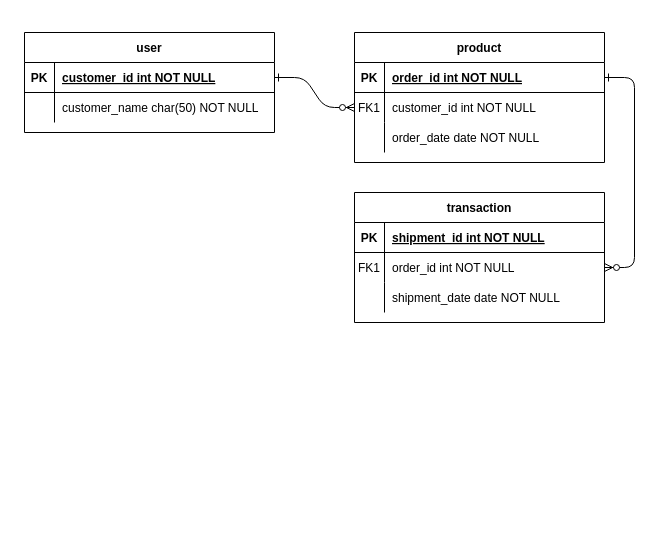
Before: db.drawio in dynamic2code/Mkulima-connect-, a draw.io diagram. Source tidied: cells renumbered, new cells numbered last; positions are measured from the earlier drawing's top-left corner, leaving out a move shared by most shapes. Both pictures are drawn from the tidied source at 100%, with x=0, y=0 at pixel (24, 32).
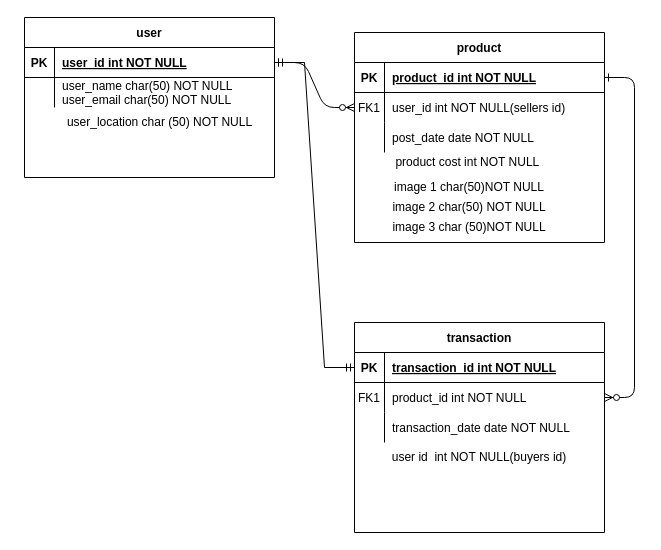
The same page after the edit.

Unchanged cells that the change refers to:
```xml
<mxCell id="5" style="shape=partialRectangle;fillColor=none;points=[[0,0.5],[1,0.5]];portConstraint=eastwest;top=0;left=0;right=0;bottom=1;" parent="4" vertex="1">
  <mxGeometry y="30" width="250" height="30" as="geometry" />
</mxCell>
<mxCell id="8" style="shape=partialRectangle;fillColor=none;points=[[0,0.5],[1,0.5]];portConstraint=eastwest;top=0;left=0;right=0;bottom=0;" parent="4" vertex="1">
  <mxGeometry y="60" width="250" height="30" as="geometry" />
</mxCell>
<mxCell id="11" style="shape=partialRectangle;fillColor=none;top=0;left=0;right=0;bottom=0;" parent="4" vertex="1">
  <mxGeometry y="90" width="250" height="30" as="geometry" />
</mxCell>
<mxCell id="15" style="shape=partialRectangle;fillColor=none;points=[[0,0.5],[1,0.5]];portConstraint=eastwest;top=0;left=0;right=0;bottom=1;" parent="14" vertex="1">
  <mxGeometry y="30" width="250" height="30" as="geometry" />
</mxCell>
<mxCell id="18" style="shape=partialRectangle;fillColor=none;points=[[0,0.5],[1,0.5]];portConstraint=eastwest;top=0;left=0;right=0;bottom=0;" parent="14" vertex="1">
  <mxGeometry y="60" width="250" height="30" as="geometry" />
</mxCell>
<mxCell id="21" style="shape=partialRectangle;fillColor=none;top=0;left=0;right=0;bottom=0;" parent="14" vertex="1">
  <mxGeometry y="90" width="250" height="30" as="geometry" />
</mxCell>
<mxCell id="25" style="shape=partialRectangle;fillColor=none;points=[[0,0.5],[1,0.5]];portConstraint=eastwest;top=0;left=0;right=0;bottom=1;" parent="24" vertex="1">
  <mxGeometry y="30" width="250" height="30" as="geometry" />
</mxCell>
<mxCell id="28" style="shape=partialRectangle;fillColor=none;top=0;left=0;right=0;bottom=0;" parent="24" vertex="1">
  <mxGeometry y="60" width="250" height="30" as="geometry" />
</mxCell>
```

The edit, as a diff of the source:
```diff
@@
     <mxCell id="4" value="product" style="shape=table;startSize=30;childLayout=tableLayout;rowLines=0;fontStyle=1;align=center;" parent="1" vertex="1">
-      <mxGeometry x="330" width="250" height="130" as="geometry" />
+      <mxGeometry x="330" width="250" height="210" as="geometry" />
     </mxCell>
@@
-    <mxCell id="7" value="order_id int NOT NULL " style="shape=partialRectangle;overflow=hidden;fillColor=none;top=0;left=0;bottom=0;right=0;align=left;spacingLeft=6;fontStyle=5;" parent="5" vertex="1">
+    <mxCell id="7" value="product_id int NOT NULL " style="shape=partialRectangle;overflow=hidden;fillColor=none;top=0;left=0;bottom=0;right=0;align=left;spacingLeft=6;fontStyle=5;" parent="5" vertex="1">
       <mxGeometry x="30" width="220" height="30" as="geometry" />
     </mxCell>
@@
-    <mxCell id="10" value="customer_id int NOT NULL" style="shape=partialRectangle;overflow=hidden;fillColor=none;top=0;left=0;bottom=0;right=0;align=left;spacingLeft=6;" parent="8" vertex="1">
+    <mxCell id="10" value="user_id int NOT NULL(sellers id)" style="shape=partialRectangle;overflow=hidden;fillColor=none;top=0;left=0;bottom=0;right=0;align=left;spacingLeft=6;" parent="8" vertex="1">
       <mxGeometry x="30" width="220" height="30" as="geometry" />
     </mxCell>
@@
-    <mxCell id="13" value="order_date date NOT NULL" style="shape=partialRectangle;overflow=hidden;fillColor=none;top=0;left=0;bottom=0;right=0;align=left;spacingLeft=6;" parent="11" vertex="1">
+    <mxCell id="13" value="post_date date NOT NULL" style="shape=partialRectangle;overflow=hidden;fillColor=none;top=0;left=0;bottom=0;right=0;align=left;spacingLeft=6;" parent="11" vertex="1">
       <mxGeometry x="30" width="220" height="30" as="geometry" />
     </mxCell>
     <mxCell id="14" value="transaction" style="shape=table;startSize=30;childLayout=tableLayout;rowLines=0;fontStyle=1;align=center;" parent="1" vertex="1">
-      <mxGeometry x="330" y="160" width="250" height="130" as="geometry" />
+      <mxGeometry x="330" y="290" width="250" height="210" as="geometry" />
     </mxCell>
@@
-    <mxCell id="17" value="shipment_id int NOT NULL " style="shape=partialRectangle;overflow=hidden;fillColor=none;top=0;left=0;bottom=0;right=0;align=left;spacingLeft=6;fontStyle=5;" parent="15" vertex="1">
+    <mxCell id="17" value="transaction_id int NOT NULL " style="shape=partialRectangle;overflow=hidden;fillColor=none;top=0;left=0;bottom=0;right=0;align=left;spacingLeft=6;fontStyle=5;" parent="15" vertex="1">
       <mxGeometry x="30" width="220" height="30" as="geometry" />
     </mxCell>
@@
-    <mxCell id="20" value="order_id int NOT NULL" style="shape=partialRectangle;overflow=hidden;fillColor=none;top=0;left=0;bottom=0;right=0;align=left;spacingLeft=6;" parent="18" vertex="1">
+    <mxCell id="20" value="product_id int NOT NULL" style="shape=partialRectangle;overflow=hidden;fillColor=none;top=0;left=0;bottom=0;right=0;align=left;spacingLeft=6;" parent="18" vertex="1">
       <mxGeometry x="30" width="220" height="30" as="geometry" />
     </mxCell>
@@
-    <mxCell id="23" value="shipment_date date NOT NULL" style="shape=partialRectangle;overflow=hidden;fillColor=none;top=0;left=0;bottom=0;right=0;align=left;spacingLeft=6;" parent="21" vertex="1">
+    <mxCell id="23" value="transaction_date date NOT NULL" style="shape=partialRectangle;overflow=hidden;fillColor=none;top=0;left=0;bottom=0;right=0;align=left;spacingLeft=6;" parent="21" vertex="1">
       <mxGeometry x="30" width="220" height="30" as="geometry" />
     </mxCell>
     <mxCell id="24" value="user" style="shape=table;startSize=30;childLayout=tableLayout;rowLines=0;fontStyle=1;align=center;" parent="1" vertex="1">
-      <mxGeometry width="250" height="100" as="geometry" />
+      <mxGeometry y="-15" width="250" height="160" as="geometry" />
     </mxCell>
@@
-    <mxCell id="27" value="customer_id int NOT NULL " style="shape=partialRectangle;overflow=hidden;fillColor=none;top=0;left=0;bottom=0;right=0;align=left;spacingLeft=6;fontStyle=5;" parent="25" vertex="1">
+    <mxCell id="27" value="user_id int NOT NULL " style="shape=partialRectangle;overflow=hidden;fillColor=none;top=0;left=0;bottom=0;right=0;align=left;spacingLeft=6;fontStyle=5;" parent="25" vertex="1">
       <mxGeometry x="30" width="220" height="30" as="geometry" />
     </mxCell>
@@
-    <mxCell id="30" value="customer_name char(50) NOT NULL" style="shape=partialRectangle;overflow=hidden;fillColor=none;top=0;left=0;bottom=0;right=0;align=left;spacingLeft=6;" parent="28" vertex="1">
+    <mxCell id="30" value="user_name char(50) NOT NULL&#10;user_email char(50) NOT NULL&#10;" style="shape=partialRectangle;overflow=hidden;fillColor=none;top=0;left=0;bottom=0;right=0;align=left;spacingLeft=6;" parent="28" vertex="1">
       <mxGeometry x="30" width="220" height="30" as="geometry" />
     </mxCell>
+    <mxCell id="31" value="user_location char (50) NOT NULL" style="text;html=1;align=center;verticalAlign=middle;strokeColor=none;fillColor=none;" parent="1" vertex="1">
+      <mxGeometry x="30" y="75" width="210" height="30" as="geometry" />
+    </mxCell>
+    <mxCell id="32" value="product cost int NOT NULL&amp;nbsp;" style="text;html=1;strokeColor=none;fillColor=none;align=center;verticalAlign=middle;whiteSpace=wrap;rounded=0;" parent="1" vertex="1">
+      <mxGeometry x="340" y="115" width="210" height="30" as="geometry" />
+    </mxCell>
+    <mxCell id="33" value="image 1 char(50)NOT NULL" style="text;html=1;strokeColor=none;fillColor=none;align=center;verticalAlign=middle;whiteSpace=wrap;rounded=0;" parent="1" vertex="1">
+      <mxGeometry x="345" y="140" width="200" height="30" as="geometry" />
+    </mxCell>
+    <mxCell id="34" value="image 2 char(50) NOT NULL" style="text;html=1;strokeColor=none;fillColor=none;align=center;verticalAlign=middle;whiteSpace=wrap;rounded=0;" parent="1" vertex="1">
+      <mxGeometry x="350" y="160" width="190" height="30" as="geometry" />
+    </mxCell>
+    <mxCell id="35" value="image 3 char (50)NOT NULL" style="text;html=1;strokeColor=none;fillColor=none;align=center;verticalAlign=middle;whiteSpace=wrap;rounded=0;" parent="1" vertex="1">
+      <mxGeometry x="320" y="180" width="250" height="30" as="geometry" />
+    </mxCell>
+    <mxCell id="36" value="user id&amp;nbsp; int NOT NULL(buyers id)" style="text;html=1;strokeColor=none;fillColor=none;align=center;verticalAlign=middle;whiteSpace=wrap;rounded=0;" parent="1" vertex="1">
+      <mxGeometry x="360" y="410" width="190" height="30" as="geometry" />
+    </mxCell>
+    <mxCell id="37" style="edgeStyle=orthogonalEdgeStyle;rounded=0;jettySize=auto;html=1;exitX=0;exitY=0.5;exitDx=0;exitDy=0;" parent="1" edge="1" source="25">
+      <mxGeometry relative="1" as="geometry">
+        <mxPoint y="30" as="targetPoint" />
+      </mxGeometry>
+    </mxCell>
+    <mxCell id="38" style="edgeStyle=entityRelationEdgeStyle;fontSize=12;html=1;endArrow=ERmandOne;startArrow=ERmandOne;rounded=0;exitX=1;exitY=0.5;exitDx=0;exitDy=0;entryX=0;entryY=0.5;entryDx=0;entryDy=0;" parent="1" edge="1" source="25" target="15">
+      <mxGeometry relative="1" as="geometry" />
+    </mxCell>
```
